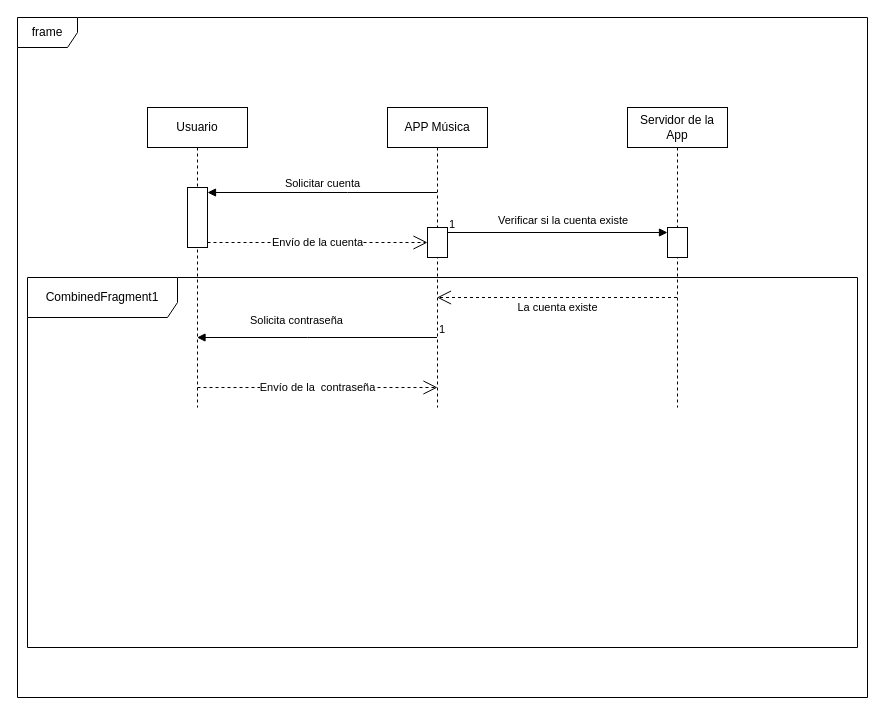
GRMiguelAngel/ETS keeps this draw.io diagram as Diagrama de secuencia/D.S.APPMusica.drawio. Above is the earlier version. Source tidied: cells renumbered, new cells numbered last; positions are measured from the earlier drawing's top-left corner, leaving out a move shared by most shapes. Both pictures are drawn from the tidied source at 100%, with x=0, y=0 at pixel (17, 17).
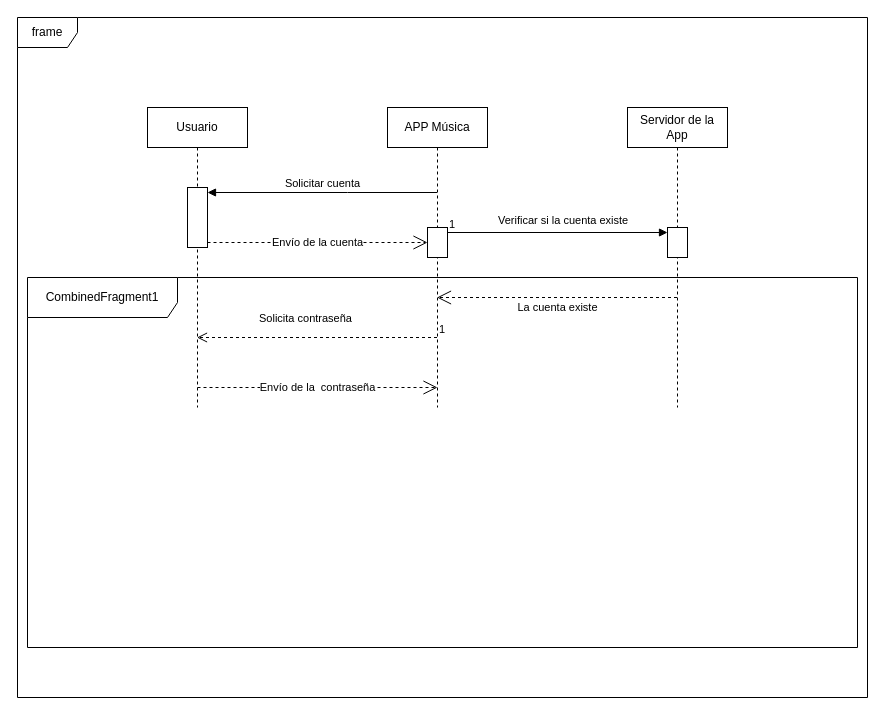
Above is the later version.

What changed in the source:
```diff
@@
-    <mxCell id="15" value="Solicita contraseña" style="endArrow=block;endFill=1;html=1;edgeStyle=orthogonalEdgeStyle;align=left;verticalAlign=top;rounded=0;" parent="1" edge="1">
-      <mxGeometry x="0.58" y="-30" relative="1" as="geometry">
+    <mxCell id="15" value="Solicita contraseña" style="endArrow=open;endFill=1;html=1;edgeStyle=orthogonalEdgeStyle;align=left;verticalAlign=bottom;rounded=0;dashed=1;endSize=8;curved=0;" parent="1" edge="1">
+      <mxGeometry x="0.5" y="-10" relative="1" as="geometry">
         <mxPoint x="419.5" y="320" as="sourcePoint" />
         <mxPoint x="179.5" y="320" as="targetPoint" />
         <Array as="points">
           <mxPoint x="290" y="320" />
           <mxPoint x="290" y="320" />
         </Array>
-        <mxPoint x="1" as="offset" />
       </mxGeometry>
     </mxCell>
```
